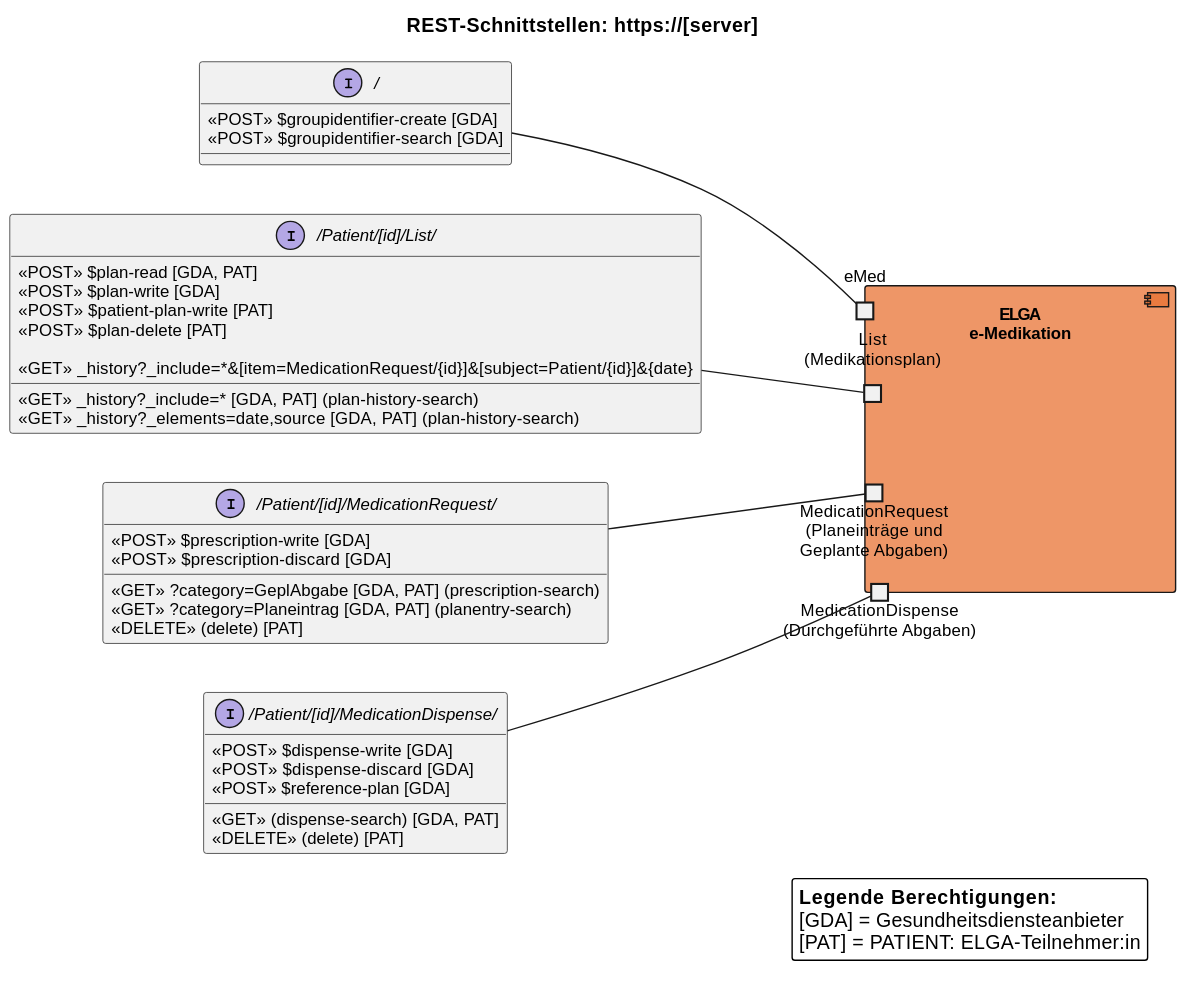
Earlier version of the PlantUML export input/images/plantuml/interaction_overview.svg (HL7Austria/ELGA-e-Medikation-R4).
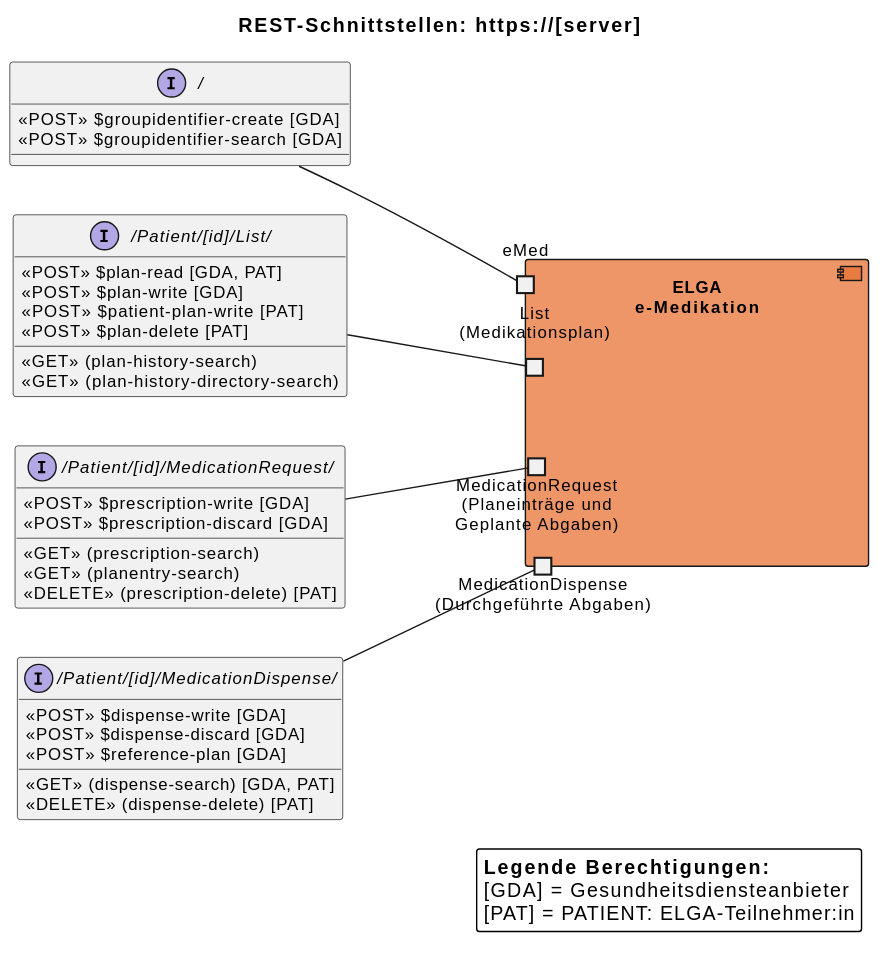
After the commit.

Diff of the diagram source:
```diff
@@ -39,18 +39,16 @@
   «POST» $plan-write [GDA]
   «POST» $patient-plan-write [PAT]
   «POST» $plan-delete [PAT]
-  «GET» _history?_include=* [GDA, PAT] (plan-history-search)
-
-  «GET» _history?_include=*&[item=MedicationRequest/{id}]&[subject=Patient/{id}]&{date}
-  «GET» _history?_elements=date,source [GDA, PAT] (plan-history-search)
+  «GET» (plan-history-search)
+  «GET» (plan-history-directory-search)
 }
 
 interface "/Patient/[id]/MedicationRequest/" as IMedicationRequest {
   «POST» $prescription-write [GDA]
   «POST» $prescription-discard [GDA]
-  «GET» ?category=GeplAbgabe [GDA, PAT] (prescription-search)
-  «GET» ?category=Planeintrag [GDA, PAT] (planentry-search)
-  «DELETE» (delete) [PAT]
+  «GET» (prescription-search)
+  «GET» (planentry-search)
+  «DELETE» (prescription-delete) [PAT]
 }
 
 interface "/Patient/[id]/MedicationDispense/" as IDurchgAbgabe {
@@ -58,7 +56,7 @@
   «POST» $dispense-discard [GDA]
   «POST» $reference-plan [GDA]
   «GET» (dispense-search) [GDA, PAT]
-  «DELETE» (delete) [PAT]
+  «DELETE» (dispense-delete) [PAT]
 }
 
 
```
